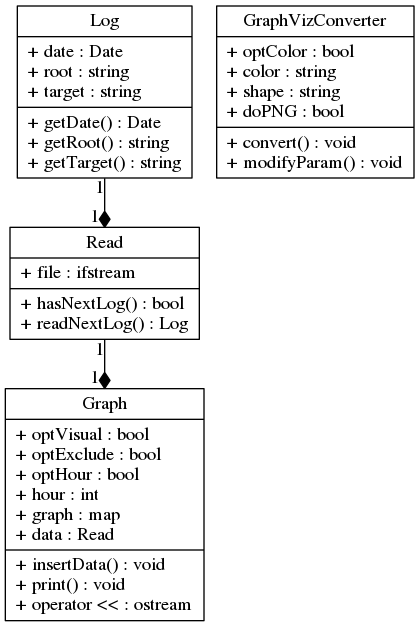
Before: doc/uml.png, a diagram exported from Graphviz (BuonOmo/Analogs). Its source is kept beside it as doc/uml.dot.
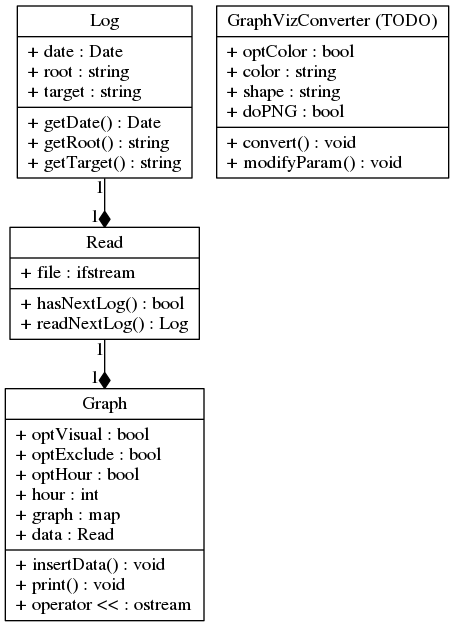
After the commit.

Diff of the diagram source:
```diff
@@ -56,7 +56,7 @@
 	[
 		label =
 			"{
-				GraphVizConverter
+				GraphVizConverter (TODO)
 			|
 				+ optColor : bool \l
 				+ color    : string\l
```
